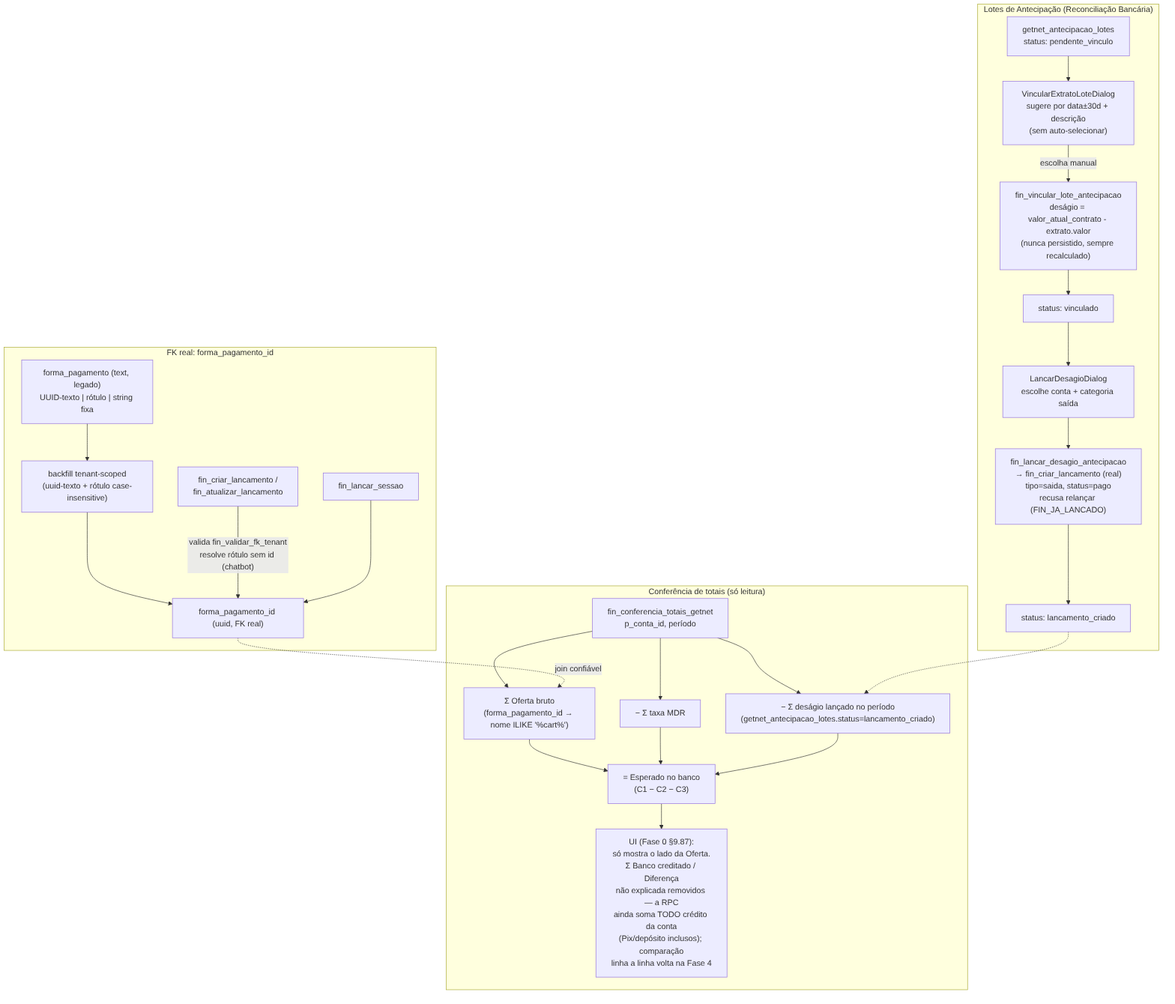
This is docs/diagramas/exports/fluxo-financeiro_19.png from adrianoapc/igreja-carvalho, a Mermaid export, as it was before one commit. Its source is kept beside it as docs/diagramas/exports/fluxo-financeiro_19.mmd.
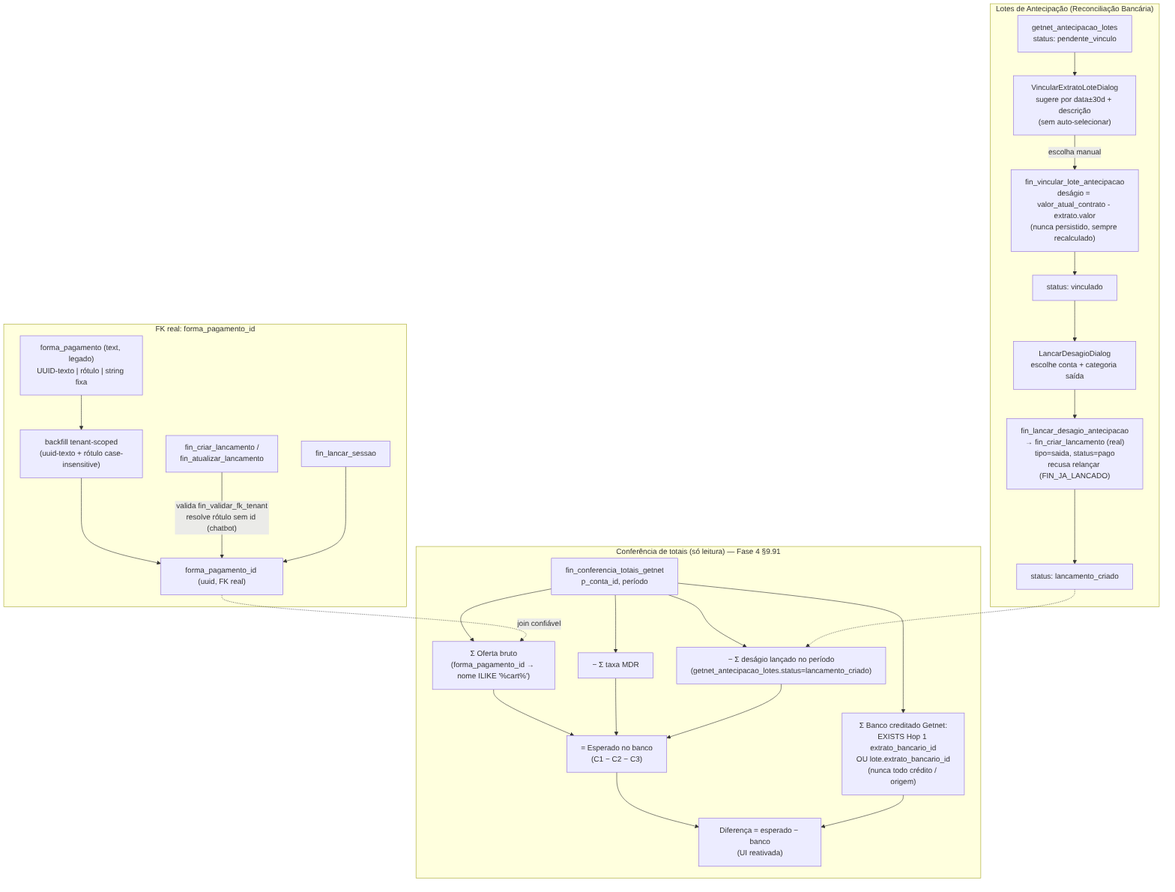
Later version of the same file.

The edit, as a diff of the source:
```diff
@@ -19,7 +19,7 @@
         LANC --> CRIADO["status: lancamento_criado"]
     end
 
-    subgraph CONF["Conferência de totais (só leitura)"]
+    subgraph CONF["Conferência de totais (só leitura) — Fase 4 §9.91"]
         RPC3["fin_conferencia_totais_getnet\np_conta_id, período"]
         RPC3 --> C1["Σ Oferta bruto\n(forma_pagamento_id → nome ILIKE '%cart%')"]
         RPC3 --> C2["− Σ taxa MDR"]
@@ -27,7 +27,9 @@
         C1 --> ESP["= Esperado no banco\n(C1 − C2 − C3)"]
         C2 --> ESP
         C3 --> ESP
-        ESP --> NOTA["UI (Fase 0 §9.87):\nsó mostra o lado da Oferta.\nΣ Banco creditado / Diferença\nnão explicada removidos — a RPC\nainda soma TODO crédito da conta\n(Pix/depósito inclusos); comparação\nlinha a linha volta na Fase 4"]
+        RPC3 --> BCO["Σ Banco creditado Getnet:\nEXISTS Hop 1 extrato_bancario_id\nOU lote.extrato_bancario_id\n(nunca todo crédito / origem)"]
+        ESP --> DIFF["Diferença = esperado − banco\n(UI reativada)"]
+        BCO --> DIFF
     end
 
     FPID -.->|"join confiável"| C1
```
